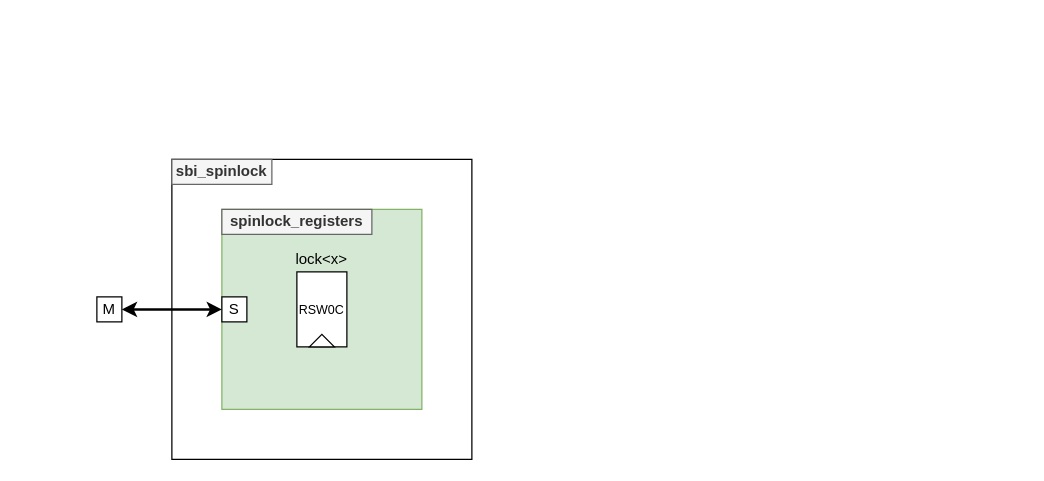
Above: doc/spinlock.drawio in deuskane/asylum-system-spinlock (draw.io), before the change. Source tidied: cells renumbered, new cells numbered last; positions are measured from the earlier drawing's top-left corner, leaving out a move shared by most shapes. Both pictures are drawn from the tidied source at 125%, with x=0, y=0 at pixel (96, 159).
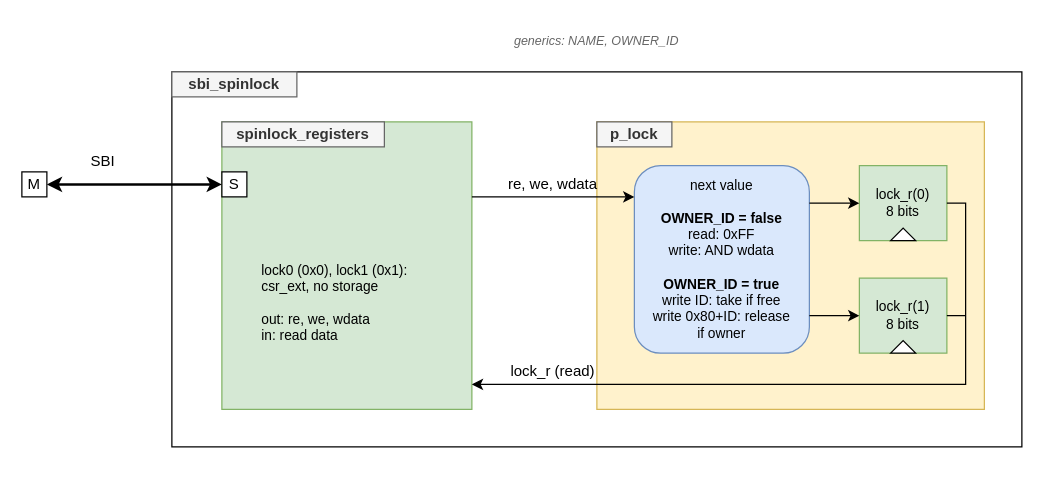
The same page after the edit.

Commit message (it also covers changes not shown here):
spinlock - doc : block diagram from the RTL (p_lock, csr_ext), test-and-set timing

The edit, as a diff of the source:
```diff
@@
-    <mxCell id="2" style="rounded=0;whiteSpace=wrap;html=1;" parent="1" vertex="1">
-      <mxGeometry x="60" width="240" height="240" as="geometry" />
-    </mxCell>
+    <mxCell id="13" value="generics: NAME, OWNER_ID" style="text;html=1;whiteSpace=wrap;strokeColor=none;fillColor=none;verticalAlign=middle;rounded=0;fontSize=10;fontColor=#666666;fontStyle=2;align=center;" parent="1" vertex="1">
+      <mxGeometry x="60" y="-110" width="680" height="30" as="geometry" />
+    </mxCell>
+    <mxCell id="14" style="rounded=0;whiteSpace=wrap;html=1;" parent="1" vertex="1">
+      <mxGeometry x="60" y="-70" width="680" height="300" as="geometry" />
+    </mxCell>
-    <mxCell id="3" value="&lt;b&gt;sbi_spinlock&lt;/b&gt;" style="rounded=0;whiteSpace=wrap;html=1;fillColor=#f5f5f5;fontColor=#333333;strokeColor=#666666;" parent="1" vertex="1">
-      <mxGeometry x="60" width="80" height="20" as="geometry" />
+    <mxCell id="3" value="sbi_spinlock" style="rounded=0;whiteSpace=wrap;html=1;fontStyle=1;fillColor=#f5f5f5;fontColor=#333333;strokeColor=#666666;" parent="1" vertex="1">
+      <mxGeometry x="60" y="-70" width="100" height="20" as="geometry" />
     </mxCell>
-    <mxCell id="4" parent="0" />
-    <mxCell id="5" style="rounded=0;whiteSpace=wrap;html=1;fillColor=#d5e8d4;strokeColor=#82b366;" parent="4" vertex="1">
-      <mxGeometry x="100" y="40" width="160" height="160" as="geometry" />
-    </mxCell>
+    <mxCell id="15" style="rounded=0;whiteSpace=wrap;html=1;fillColor=#d5e8d4;strokeColor=#82b366;" parent="1" vertex="1">
+      <mxGeometry x="100" y="-30" width="200" height="230" as="geometry" />
+    </mxCell>
-    <mxCell id="6" value="spinlock_registers" style="rounded=0;whiteSpace=wrap;html=1;fontStyle=1;fillColor=#f5f5f5;fontColor=#333333;strokeColor=#666666;" parent="4" vertex="1">
-      <mxGeometry x="100" y="40" width="120" height="20" as="geometry" />
+    <mxCell id="6" value="spinlock_registers" style="rounded=0;whiteSpace=wrap;html=1;fontStyle=1;fillColor=#f5f5f5;fontColor=#333333;strokeColor=#666666;" parent="1" vertex="1">
+      <mxGeometry x="100" y="-30" width="130" height="20" as="geometry" />
     </mxCell>
+    <mxCell id="9" value="M" style="rounded=0;whiteSpace=wrap;html=1;" parent="1" vertex="1">
+      <mxGeometry x="-60" y="10" width="20" height="20" as="geometry" />
+    </mxCell>
-    <mxCell id="7" value="S" style="rounded=0;whiteSpace=wrap;html=1;" parent="4" vertex="1">
-      <mxGeometry x="100" y="110" width="20" height="20" as="geometry" />
+    <mxCell id="7" value="S" style="rounded=0;whiteSpace=wrap;html=1;" parent="1" vertex="1">
+      <mxGeometry x="100" y="10" width="20" height="20" as="geometry" />
     </mxCell>
-    <mxCell id="8" style="edgeStyle=orthogonalEdgeStyle;rounded=0;jettySize=auto;html=1;entryX=0;entryY=0.5;entryDx=0;entryDy=0;startArrow=classic;startFill=1;strokeWidth=2;" parent="4" edge="1" source="9" target="7">
-      <mxGeometry relative="1" as="geometry" />
-    </mxCell>
-    <mxCell id="9" value="M" style="rounded=0;whiteSpace=wrap;html=1;" parent="4" vertex="1">
-      <mxGeometry y="110" width="20" height="20" as="geometry" />
-    </mxCell>
-    <mxCell id="10" value="RSW0C" style="rounded=0;whiteSpace=wrap;html=1;fontSize=10;" parent="4" vertex="1">
-      <mxGeometry x="160" y="90" width="40" height="60" as="geometry" />
-    </mxCell>
-    <mxCell id="11" style="triangle;whiteSpace=wrap;html=1;shapeInside=1;direction=north;" parent="4" vertex="1">
-      <mxGeometry x="170" y="140" width="20" height="10" as="geometry" />
-    </mxCell>
-    <mxCell id="12" value="lock&amp;lt;x&amp;gt;" style="text;html=1;whiteSpace=wrap;strokeColor=none;fillColor=none;align=center;verticalAlign=middle;rounded=0;" parent="4" vertex="1">
-      <mxGeometry x="150" y="70" width="60" height="20" as="geometry" />
-    </mxCell>
+    <mxCell id="16" style="edgeStyle=orthogonalEdgeStyle;rounded=0;html=1;startArrow=classic;startFill=1;strokeWidth=2;" parent="1" edge="1">
+      <mxGeometry relative="1" as="geometry">
+        <mxPoint x="-40" y="20" as="sourcePoint" />
+        <mxPoint x="100" y="20" as="targetPoint" />
+      </mxGeometry>
+    </mxCell>
+    <mxCell id="17" value="SBI" style="text;html=1;whiteSpace=wrap;strokeColor=none;fillColor=none;verticalAlign=middle;rounded=0;align=center;" parent="1" vertex="1">
+      <mxGeometry x="-30" y="-8" width="70" height="20" as="geometry" />
+    </mxCell>
+    <mxCell id="18" value="lock0 (0x0), lock1 (0x1):&lt;br&gt;csr_ext, no storage&lt;br&gt;&lt;br&gt;out: re, we, wdata&lt;br&gt;in: read data" style="text;html=1;whiteSpace=wrap;strokeColor=none;fillColor=none;verticalAlign=middle;rounded=0;fontSize=11;align=left;" parent="1" vertex="1">
+      <mxGeometry x="130" y="50" width="165" height="130" as="geometry" />
+    </mxCell>
+    <mxCell id="19" style="rounded=0;whiteSpace=wrap;html=1;fillColor=#fff2cc;strokeColor=#d6b656;" parent="1" vertex="1">
+      <mxGeometry x="400" y="-30" width="310" height="230" as="geometry" />
+    </mxCell>
+    <mxCell id="20" value="p_lock" style="rounded=0;whiteSpace=wrap;html=1;fontStyle=1;fillColor=#f5f5f5;fontColor=#333333;strokeColor=#666666;" parent="1" vertex="1">
+      <mxGeometry x="400" y="-30" width="60" height="20" as="geometry" />
+    </mxCell>
+    <mxCell id="21" value="next value&lt;br&gt;&lt;br&gt;&lt;b&gt;OWNER_ID = false&lt;/b&gt;&lt;br&gt;read: 0xFF&lt;br&gt;write: AND wdata&lt;br&gt;&lt;br&gt;&lt;b&gt;OWNER_ID = true&lt;/b&gt;&lt;br&gt;write ID: take if free&lt;br&gt;write 0x80+ID: release&lt;br&gt;if owner" style="rounded=1;whiteSpace=wrap;html=1;fontSize=11;fillColor=#dae8fc;strokeColor=#6c8ebf;" parent="1" vertex="1">
+      <mxGeometry x="430" y="5" width="140" height="150" as="geometry" />
+    </mxCell>
+    <mxCell id="22" value="lock_r(0)&lt;br&gt;8 bits" style="rounded=0;whiteSpace=wrap;html=1;fontSize=11;fillColor=#d5e8d4;strokeColor=#82b366;" parent="1" vertex="1">
+      <mxGeometry x="610" y="5" width="70" height="60" as="geometry" />
+    </mxCell>
+    <mxCell id="23" style="triangle;whiteSpace=wrap;html=1;direction=north;" parent="1" vertex="1">
+      <mxGeometry x="635" y="55" width="20" height="10" as="geometry" />
+    </mxCell>
+    <mxCell id="24" value="lock_r(1)&lt;br&gt;8 bits" style="rounded=0;whiteSpace=wrap;html=1;fontSize=11;fillColor=#d5e8d4;strokeColor=#82b366;" parent="1" vertex="1">
+      <mxGeometry x="610" y="95" width="70" height="60" as="geometry" />
+    </mxCell>
+    <mxCell id="25" style="triangle;whiteSpace=wrap;html=1;direction=north;" parent="1" vertex="1">
+      <mxGeometry x="635" y="145" width="20" height="10" as="geometry" />
+    </mxCell>
+    <mxCell id="26" style="edgeStyle=orthogonalEdgeStyle;rounded=0;html=1;" parent="1" edge="1">
+      <mxGeometry relative="1" as="geometry">
+        <mxPoint x="570" y="35" as="sourcePoint" />
+        <mxPoint x="610" y="35" as="targetPoint" />
+      </mxGeometry>
+    </mxCell>
+    <mxCell id="27" style="edgeStyle=orthogonalEdgeStyle;rounded=0;html=1;" parent="1" edge="1">
+      <mxGeometry relative="1" as="geometry">
+        <mxPoint x="570" y="125" as="sourcePoint" />
+        <mxPoint x="610" y="125" as="targetPoint" />
+      </mxGeometry>
+    </mxCell>
+    <mxCell id="28" style="edgeStyle=orthogonalEdgeStyle;rounded=0;html=1;" parent="1" edge="1">
+      <mxGeometry relative="1" as="geometry">
+        <mxPoint x="300" y="30" as="sourcePoint" />
+        <mxPoint x="430" y="30" as="targetPoint" />
+      </mxGeometry>
+    </mxCell>
+    <mxCell id="29" value="re, we, wdata" style="text;html=1;whiteSpace=wrap;strokeColor=none;fillColor=none;verticalAlign=middle;rounded=0;align=center;" parent="1" vertex="1">
+      <mxGeometry x="310" y="10" width="110" height="20" as="geometry" />
+    </mxCell>
+    <mxCell id="30" style="edgeStyle=orthogonalEdgeStyle;rounded=0;html=1;" parent="1" edge="1">
+      <mxGeometry relative="1" as="geometry">
+        <mxPoint x="680" y="35" as="sourcePoint" />
+        <mxPoint x="300" y="180" as="targetPoint" />
+        <Array as="points">
+          <mxPoint x="695" y="35" />
+          <mxPoint x="695" y="180" />
+        </Array>
+      </mxGeometry>
+    </mxCell>
+    <mxCell id="31" style="edgeStyle=orthogonalEdgeStyle;rounded=0;html=1;endArrow=none;" parent="1" edge="1">
+      <mxGeometry relative="1" as="geometry">
+        <mxPoint x="680" y="125" as="sourcePoint" />
+        <mxPoint x="695" y="125" as="targetPoint" />
+      </mxGeometry>
+    </mxCell>
+    <mxCell id="32" value="lock_r (read)" style="text;html=1;whiteSpace=wrap;strokeColor=none;fillColor=none;verticalAlign=middle;rounded=0;align=center;" parent="1" vertex="1">
+      <mxGeometry x="310" y="160" width="110" height="20" as="geometry" />
+    </mxCell>
```
